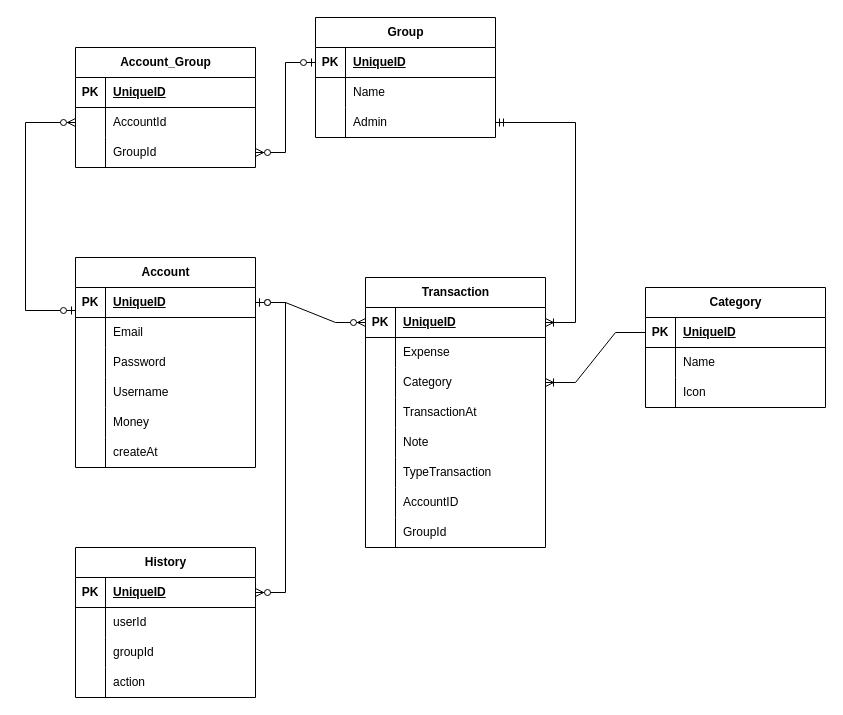
Earlier version of the draw.io diagram dbanalyst.drawio (xuanloi1999/expense_management). Source tidied: cells renumbered, new cells numbered last; positions are measured from the earlier drawing's top-left corner, leaving out a move shared by most shapes. Both pictures are drawn from the tidied source at 100%, with x=0, y=0 at pixel (25, 17).
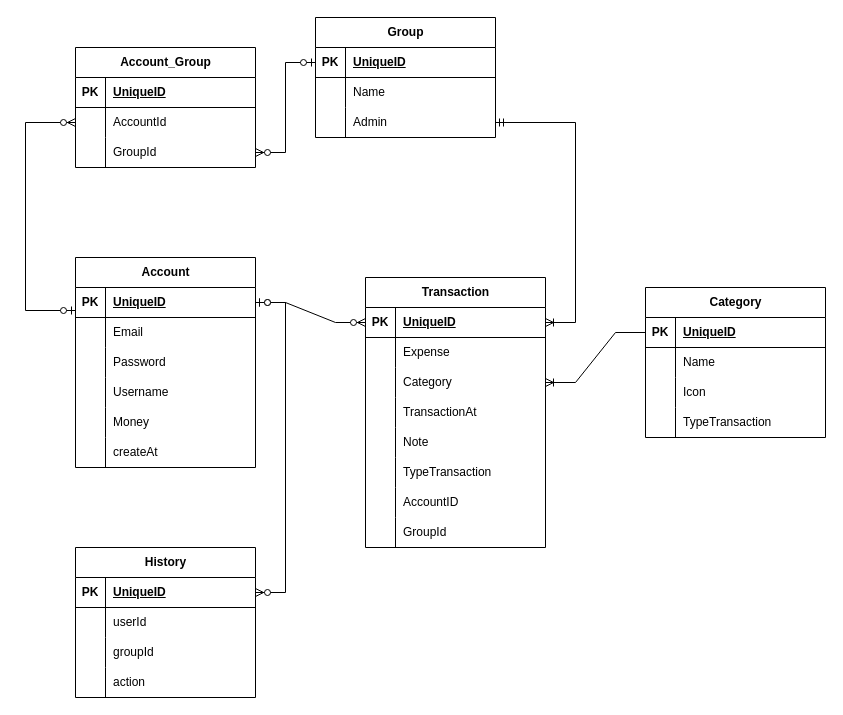
The same page after the edit.

Change to the diagram source:
```diff
@@
     <mxCell id="46" value="Category" style="shape=table;startSize=30;childLayout=tableLayout;rowLines=0;fontStyle=1;align=center;html=1;" parent="1" vertex="1">
-      <mxGeometry x="620" y="270" width="180" height="120" as="geometry" />
+      <mxGeometry x="620" y="270" width="180" height="150" as="geometry" />
     </mxCell>
@@
+    <mxCell id="95" style="shape=tableRow;horizontal=0;startSize=0;swimlaneHead=0;swimlaneBody=0;fillColor=none;top=0;left=0;right=0;bottom=0;" parent="46" vertex="1">
+      <mxGeometry y="120" width="180" height="30" as="geometry" />
+    </mxCell>
+    <mxCell id="96" style="shape=partialRectangle;fillColor=none;top=0;left=0;bottom=0;right=0;overflow=hidden;whiteSpace=wrap;html=1;" parent="95" vertex="1">
+      <mxGeometry width="30" height="30" as="geometry" />
+    </mxCell>
+    <mxCell id="97" value="TypeTransaction" style="shape=partialRectangle;fillColor=none;top=0;left=0;bottom=0;right=0;align=left;spacingLeft=6;overflow=hidden;whiteSpace=wrap;html=1;" parent="95" vertex="1">
+      <mxGeometry x="30" width="150" height="30" as="geometry" />
+    </mxCell>
```
